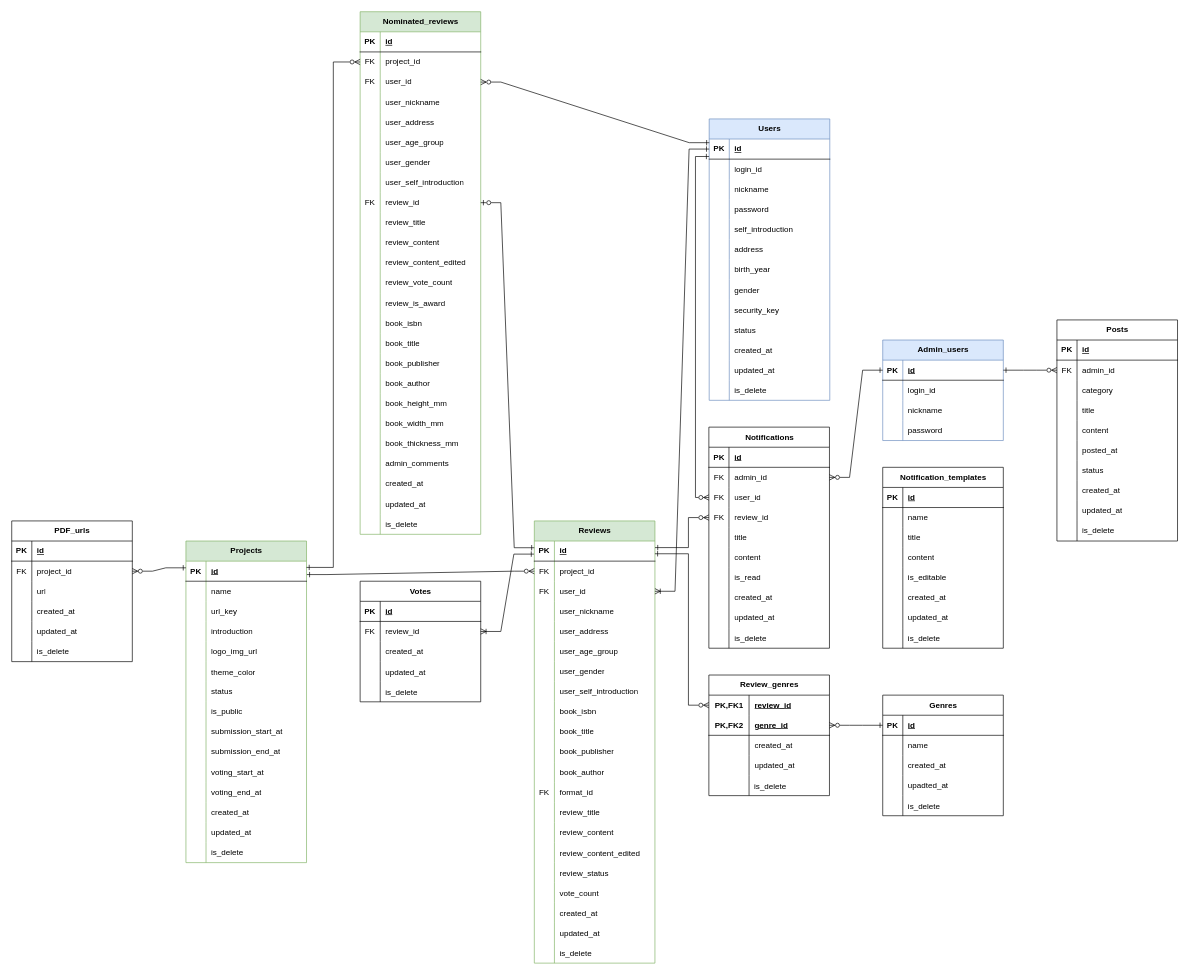
Before: ER図.drawio in knagaki1225/zoutohana-documentation, a draw.io diagram. Source tidied: cells renumbered, new cells numbered last; positions are measured from the earlier drawing's top-left corner, leaving out a move shared by most shapes. Both pictures are drawn from the tidied source at 67%, with x=0, y=0 at pixel (11, 11).
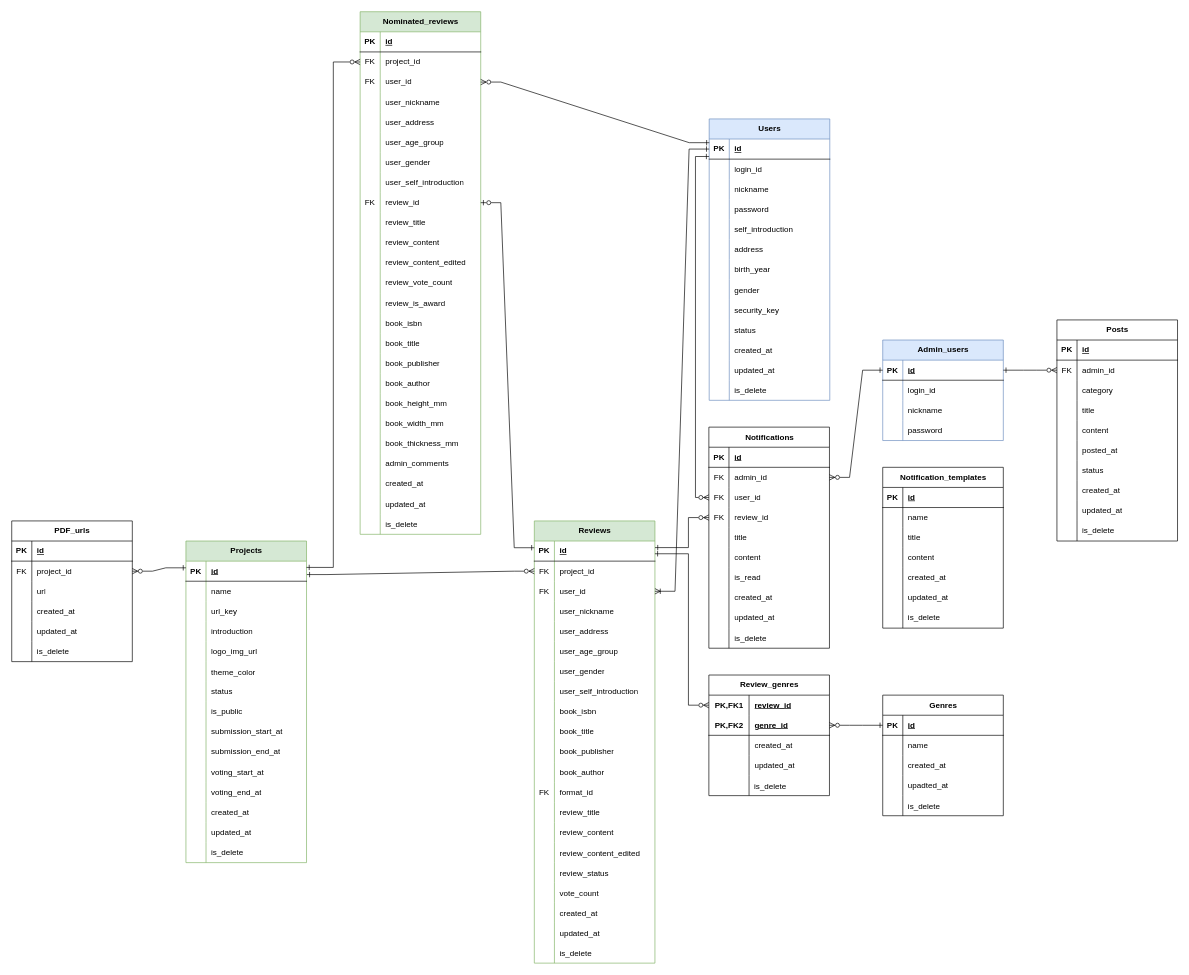
The same page after the edit.

Commit message (it also covers changes not shown here):
ER修正、CREATE文作成

Unchanged cells that the change refers to:
```xml
<mxCell id="59" style="shape=tableRow;horizontal=0;startSize=0;swimlaneHead=0;swimlaneBody=0;fillColor=none;points=[[0,0.5],[1,0.5]];portConstraint=eastwest;top=0;left=0;right=0;bottom=1;" parent="58" vertex="1">
  <mxGeometry y="30" width="180" height="30" as="geometry" />
</mxCell>
```

Diff of the diagram source:
```diff
@@
-    <mxCell id="168" value="Votes" style="shape=table;startSize=30;childLayout=tableLayout;rowLines=0;fontStyle=1;align=center;html=1;" parent="1" vertex="1">
-      <mxGeometry x="520" y="850" width="180" height="180" as="geometry" />
-    </mxCell>
-    <mxCell id="169" style="shape=tableRow;horizontal=0;startSize=0;swimlaneHead=0;swimlaneBody=0;fillColor=none;top=0;left=0;right=0;bottom=1;" parent="168" vertex="1">
-      <mxGeometry y="30" width="180" height="30" as="geometry" />
-    </mxCell>
-    <mxCell id="170" value="PK" style="shape=partialRectangle;fillColor=none;top=0;left=0;bottom=0;right=0;fontStyle=1;overflow=hidden;whiteSpace=wrap;html=1;" parent="169" vertex="1">
-      <mxGeometry width="30" height="30" as="geometry" />
-    </mxCell>
-    <mxCell id="171" value="id" style="shape=partialRectangle;fillColor=none;top=0;left=0;bottom=0;right=0;align=left;spacingLeft=6;fontStyle=5;overflow=hidden;whiteSpace=wrap;html=1;" parent="169" vertex="1">
-      <mxGeometry x="30" width="150" height="30" as="geometry" />
-    </mxCell>
-    <mxCell id="172" style="shape=tableRow;horizontal=0;startSize=0;swimlaneHead=0;swimlaneBody=0;fillColor=none;points=[[0,0.5],[1,0.5]];portConstraint=eastwest;top=0;left=0;right=0;bottom=0;" parent="168" vertex="1">
-      <mxGeometry y="60" width="180" height="30" as="geometry" />
-    </mxCell>
-    <mxCell id="173" value="FK" style="shape=partialRectangle;fillColor=none;top=0;left=0;bottom=0;right=0;overflow=hidden;whiteSpace=wrap;html=1;" parent="172" vertex="1">
-      <mxGeometry width="30" height="30" as="geometry" />
-    </mxCell>
-    <mxCell id="174" value="review_id" style="shape=partialRectangle;fillColor=none;top=0;left=0;bottom=0;right=0;align=left;spacingLeft=6;overflow=hidden;whiteSpace=wrap;html=1;" parent="172" vertex="1">
-      <mxGeometry x="30" width="150" height="30" as="geometry" />
-    </mxCell>
-    <mxCell id="175" style="shape=tableRow;horizontal=0;startSize=0;swimlaneHead=0;swimlaneBody=0;fillColor=none;top=0;left=0;right=0;bottom=0;" parent="168" vertex="1">
-      <mxGeometry y="90" width="180" height="30" as="geometry" />
-    </mxCell>
-    <mxCell id="176" style="shape=partialRectangle;fillColor=none;top=0;left=0;bottom=0;right=0;overflow=hidden;whiteSpace=wrap;html=1;" parent="175" vertex="1">
-      <mxGeometry width="30" height="30" as="geometry" />
-    </mxCell>
-    <mxCell id="177" value="created_at" style="shape=partialRectangle;fillColor=none;top=0;left=0;bottom=0;right=0;align=left;spacingLeft=6;overflow=hidden;whiteSpace=wrap;html=1;" parent="175" vertex="1">
-      <mxGeometry x="30" width="150" height="30" as="geometry" />
-    </mxCell>
-    <mxCell id="178" style="shape=tableRow;horizontal=0;startSize=0;swimlaneHead=0;swimlaneBody=0;fillColor=none;top=0;left=0;right=0;bottom=0;" parent="168" vertex="1">
-      <mxGeometry y="120" width="180" height="30" as="geometry" />
-    </mxCell>
-    <mxCell id="179" style="shape=partialRectangle;fillColor=none;top=0;left=0;bottom=0;right=0;overflow=hidden;" parent="178" vertex="1">
-      <mxGeometry width="30" height="30" as="geometry" />
-    </mxCell>
-    <mxCell id="180" value="updated_at" style="shape=partialRectangle;fillColor=none;top=0;left=0;bottom=0;right=0;align=left;spacingLeft=6;overflow=hidden;" parent="178" vertex="1">
-      <mxGeometry x="30" width="150" height="30" as="geometry" />
-    </mxCell>
-    <mxCell id="181" style="shape=tableRow;horizontal=0;startSize=0;swimlaneHead=0;swimlaneBody=0;fillColor=none;top=0;left=0;right=0;bottom=0;" parent="168" vertex="1">
-      <mxGeometry y="150" width="180" height="30" as="geometry" />
-    </mxCell>
-    <mxCell id="182" style="shape=partialRectangle;fillColor=none;top=0;left=0;bottom=0;right=0;overflow=hidden;" parent="181" vertex="1">
-      <mxGeometry width="30" height="30" as="geometry" />
-    </mxCell>
-    <mxCell id="183" value="is_delete" style="shape=partialRectangle;fillColor=none;top=0;left=0;bottom=0;right=0;align=left;spacingLeft=6;overflow=hidden;" parent="181" vertex="1">
-      <mxGeometry x="30" width="150" height="30" as="geometry" />
-    </mxCell>
@@
-    <mxCell id="186" style="fontSize=12;html=1;endArrow=ERoneToMany;startArrow=ERone;rounded=0;startFill=0;jumpStyle=none;entryX=1;entryY=0.5;entryDx=0;entryDy=0;edgeStyle=entityRelationEdgeStyle;exitX=-0.003;exitY=0.651;exitDx=0;exitDy=0;exitPerimeter=0;" parent="1" edge="1" source="59" target="172">
-      <mxGeometry relative="1" as="geometry" />
-    </mxCell>
@@
     <mxCell id="366" value="Notification_templates" style="shape=table;startSize=30;childLayout=tableLayout;rowLines=0;fontStyle=1;align=center;html=1;" parent="1" vertex="1">
-      <mxGeometry x="1300" y="680" width="180" height="270" as="geometry" />
+      <mxGeometry x="1300" y="680" width="180" height="240" as="geometry" />
     </mxCell>
@@
-    <mxCell id="379" style="shape=tableRow;horizontal=0;startSize=0;swimlaneHead=0;swimlaneBody=0;fillColor=none;top=0;left=0;right=0;bottom=0;" parent="366" vertex="1">
-      <mxGeometry y="150" width="180" height="30" as="geometry" />
-    </mxCell>
-    <mxCell id="380" style="shape=partialRectangle;fillColor=none;top=0;left=0;bottom=0;right=0;overflow=hidden;whiteSpace=wrap;html=1;" parent="379" vertex="1">
-      <mxGeometry width="30" height="30" as="geometry" />
-    </mxCell>
-    <mxCell id="381" value="is_editable" style="shape=partialRectangle;fillColor=none;top=0;left=0;bottom=0;right=0;align=left;spacingLeft=6;overflow=hidden;whiteSpace=wrap;html=1;" parent="379" vertex="1">
-      <mxGeometry x="30" width="150" height="30" as="geometry" />
-    </mxCell>
     <mxCell id="382" style="shape=tableRow;horizontal=0;startSize=0;swimlaneHead=0;swimlaneBody=0;fillColor=none;top=0;left=0;right=0;bottom=0;" parent="366" vertex="1">
-      <mxGeometry y="180" width="180" height="30" as="geometry" />
+      <mxGeometry y="150" width="180" height="30" as="geometry" />
     </mxCell>
@@
     <mxCell id="385" style="shape=tableRow;horizontal=0;startSize=0;swimlaneHead=0;swimlaneBody=0;fillColor=none;top=0;left=0;right=0;bottom=0;" parent="366" vertex="1">
-      <mxGeometry y="210" width="180" height="30" as="geometry" />
+      <mxGeometry y="180" width="180" height="30" as="geometry" />
     </mxCell>
@@
     <mxCell id="388" style="shape=tableRow;horizontal=0;startSize=0;swimlaneHead=0;swimlaneBody=0;fillColor=none;top=0;left=0;right=0;bottom=0;" parent="366" vertex="1">
-      <mxGeometry y="240" width="180" height="30" as="geometry" />
+      <mxGeometry y="210" width="180" height="30" as="geometry" />
     </mxCell>
```
